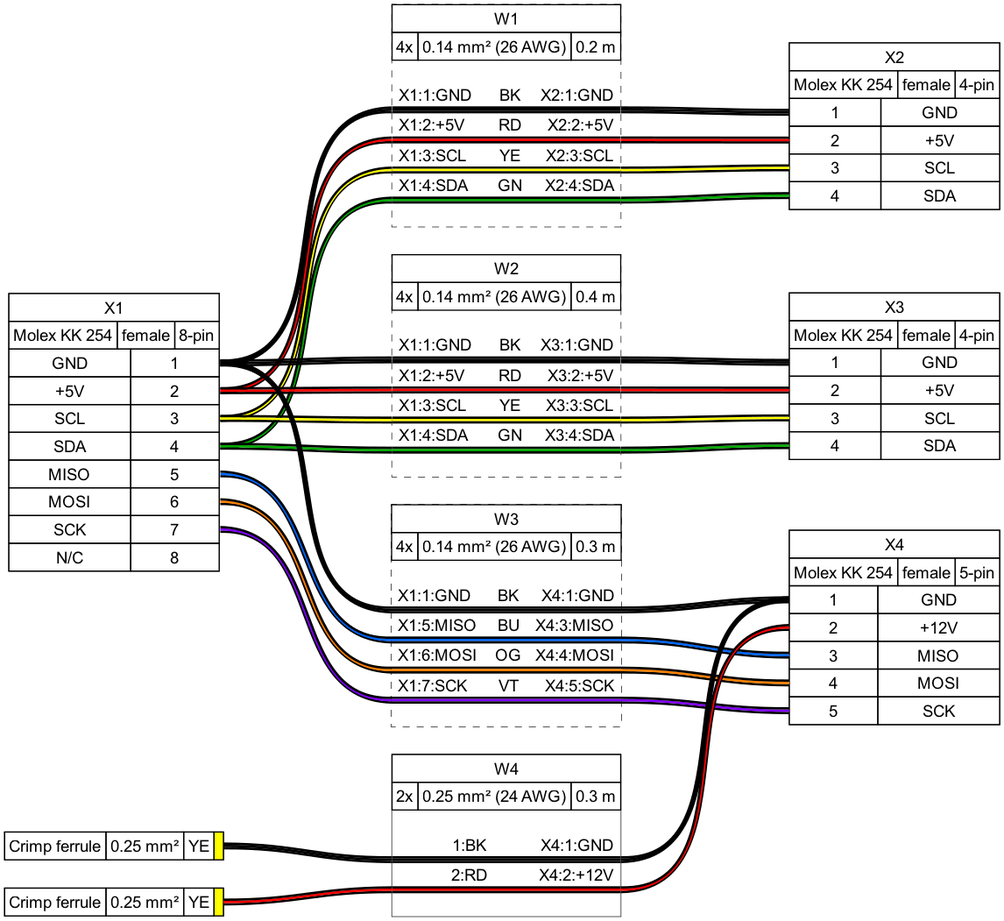
This is examples/demo02.png from tobiasfalk/WireViz, a Graphviz export, as it was before one commit. Its source is kept beside it as examples/demo02.gv.
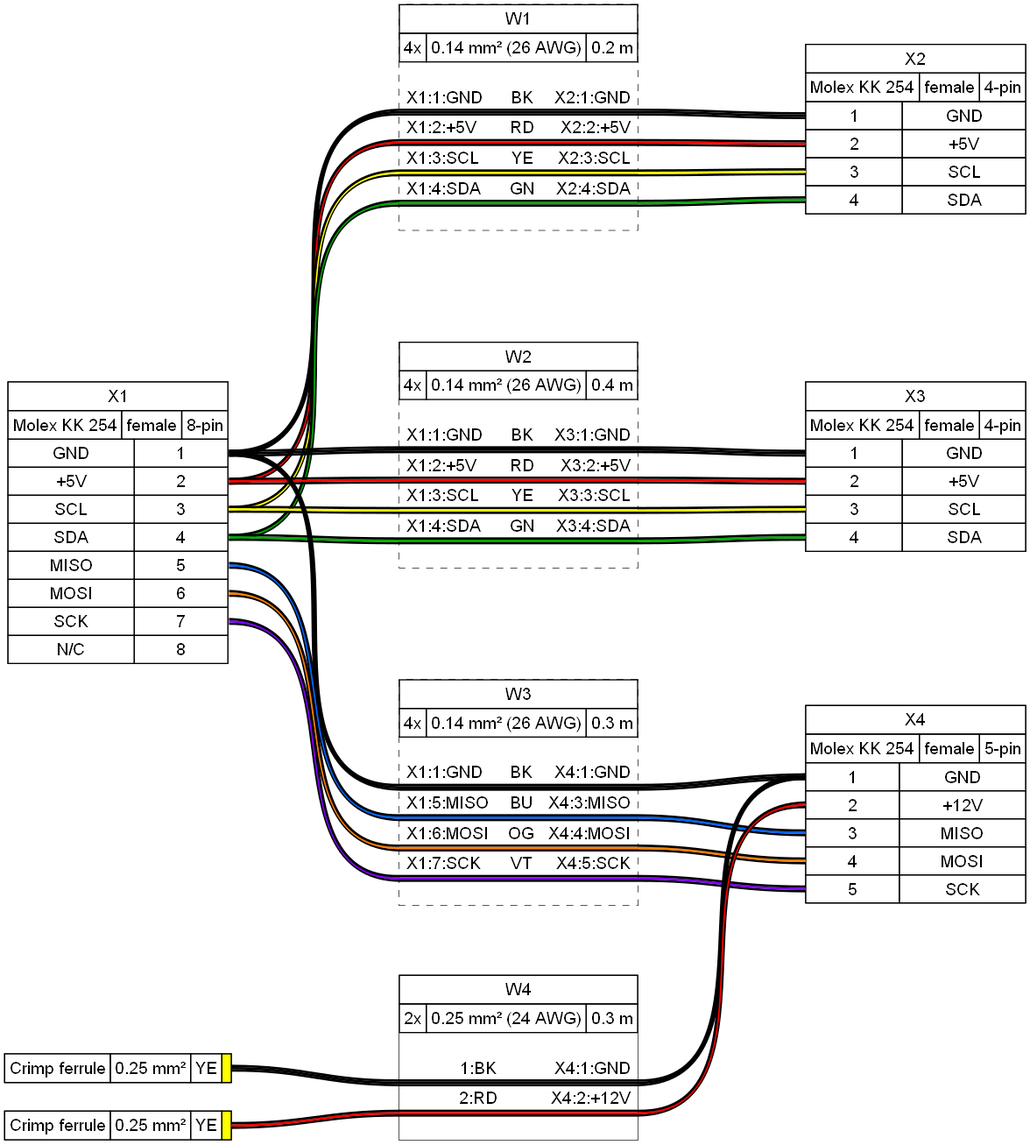
Above is the later version.

Change to the diagram source:
```diff
@@ -275,19 +275,7 @@
      <td align="right">X2:1:GND </td>
     </tr>
     <tr>
-     <td border="0" cellspacing="0" cellpadding="0" colspan="6" height="6" port="w1">
-      <table border="0" cellborder="0" cellspacing="0">
-       <tr>
-        <td bgcolor="#000000" border="0" cellpadding="0" colspan="6" height="2"></td>
-       </tr>
-       <tr>
-        <td bgcolor="#000000" border="0" cellpadding="0" colspan="6" height="2"></td>
-       </tr>
-       <tr>
-        <td bgcolor="#000000" border="0" cellpadding="0" colspan="6" height="2"></td>
-       </tr>
-      </table>
-     </td>
+     <td border="0" cellspacing="0" cellpadding="0" colspan="6" height="6" port="w1"></td>
     </tr>
     <tr>
      <td align="left"> X1:2:+5V</td>
@@ -298,19 +286,7 @@
      <td align="right">X2:2:+5V </td>
     </tr>
     <tr>
-     <td border="0" cellspacing="0" cellpadding="0" colspan="6" height="6" port="w2">
-      <table border="0" cellborder="0" cellspacing="0">
-       <tr>
-        <td bgcolor="#000000" border="0" cellpadding="0" colspan="6" height="2"></td>
-       </tr>
-       <tr>
-        <td bgcolor="#FF0000" border="0" cellpadding="0" colspan="6" height="2"></td>
-       </tr>
-       <tr>
-        <td bgcolor="#000000" border="0" cellpadding="0" colspan="6" height="2"></td>
-       </tr>
-      </table>
-     </td>
+     <td border="0" cellspacing="0" cellpadding="0" colspan="6" height="6" port="w2"></td>
     </tr>
     <tr>
      <td align="left"> X1:3:SCL</td>
@@ -321,19 +297,7 @@
      <td align="right">X2:3:SCL </td>
     </tr>
     <tr>
-     <td border="0" cellspacing="0" cellpadding="0" colspan="6" height="6" port="w3">
-      <table border="0" cellborder="0" cellspacing="0">
-       <tr>
-        <td bgcolor="#000000" border="0" cellpadding="0" colspan="6" height="2"></td>
-       </tr>
-       <tr>
-        <td bgcolor="#FFFF00" border="0" cellpadding="0" colspan="6" height="2"></td>
-       </tr>
-       <tr>
-        <td bgcolor="#000000" border="0" cellpadding="0" colspan="6" height="2"></td>
-       </tr>
-      </table>
-     </td>
+     <td border="0" cellspacing="0" cellpadding="0" colspan="6" height="6" port="w3"></td>
     </tr>
     <tr>
      <td align="left"> X1:4:SDA</td>
@@ -344,19 +308,7 @@
      <td align="right">X2:4:SDA </td>
     </tr>
     <tr>
-     <td border="0" cellspacing="0" cellpadding="0" colspan="6" height="6" port="w4">
-      <table border="0" cellborder="0" cellspacing="0">
-       <tr>
-        <td bgcolor="#000000" border="0" cellpadding="0" colspan="6" height="2"></td>
-       </tr>
-       <tr>
-        <td bgcolor="#00AA00" border="0" cellpadding="0" colspan="6" height="2"></td>
-       </tr>
-       <tr>
-        <td bgcolor="#000000" border="0" cellpadding="0" colspan="6" height="2"></td>
-       </tr>
-      </table>
-     </td>
+     <td border="0" cellspacing="0" cellpadding="0" colspan="6" height="6" port="w4"></td>
     </tr>
     <tr>
      <td>&nbsp;</td>
@@ -378,6 +330,10 @@
 	edge [color="#000000:#00AA00:#000000"]
 	X1:p4r:e -- W1:w4:w
 	W1:w4:e -- X2:p4l:w
+	W1:w1:e -- W1:w1:w [color="#000000:#000000:#000000" straight=straight]
+	W1:w2:e -- W1:w2:w [color="#000000:#FF0000:#000000" straight=straight]
+	W1:w3:e -- W1:w3:w [color="#000000:#FFFF00:#000000" straight=straight]
+	W1:w4:e -- W1:w4:w [color="#000000:#00AA00:#000000" straight=straight]
 	W2 [label=<
 <table border="0" cellspacing="0" cellpadding="0" bgcolor="#FFFFFF">
  <tr>
@@ -415,19 +371,7 @@
      <td align="right">X3:1:GND </td>
     </tr>
     <tr>
-     <td border="0" cellspacing="0" cellpadding="0" colspan="6" height="6" port="w1">
-      <table border="0" cellborder="0" cellspacing="0">
-       <tr>
-        <td bgcolor="#000000" border="0" cellpadding="0" colspan="6" height="2"></td>
-       </tr>
-       <tr>
-        <td bgcolor="#000000" border="0" cellpadding="0" colspan="6" height="2"></td>
-       </tr>
-       <tr>
-        <td bgcolor="#000000" border="0" cellpadding="0" colspan="6" height="2"></td>
-       </tr>
-      </table>
-     </td>
+     <td border="0" cellspacing="0" cellpadding="0" colspan="6" height="6" port="w1"></td>
     </tr>
     <tr>
      <td align="left"> X1:2:+5V</td>
@@ -438,19 +382,7 @@
      <td align="right">X3:2:+5V </td>
     </tr>
     <tr>
-     <td border="0" cellspacing="0" cellpadding="0" colspan="6" height="6" port="w2">
-      <table border="0" cellborder="0" cellspacing="0">
-       <tr>
-        <td bgcolor="#000000" border="0" cellpadding="0" colspan="6" height="2"></td>
-       </tr>
-       <tr>
-        <td bgcolor="#FF0000" border="0" cellpadding="0" colspan="6" height="2"></td>
-       </tr>
-       <tr>
-        <td bgcolor="#000000" border="0" cellpadding="0" colspan="6" height="2"></td>
-       </tr>
-      </table>
-     </td>
+     <td border="0" cellspacing="0" cellpadding="0" colspan="6" height="6" port="w2"></td>
     </tr>
     <tr>
      <td align="left"> X1:3:SCL</td>
@@ -461,19 +393,7 @@
      <td align="right">X3:3:SCL </td>
     </tr>
     <tr>
-     <td border="0" cellspacing="0" cellpadding="0" colspan="6" height="6" port="w3">
-      <table border="0" cellborder="0" cellspacing="0">
-       <tr>
-        <td bgcolor="#000000" border="0" cellpadding="0" colspan="6" height="2"></td>
-       </tr>
-       <tr>
-        <td bgcolor="#FFFF00" border="0" cellpadding="0" colspan="6" height="2"></td>
-       </tr>
-       <tr>
-        <td bgcolor="#000000" border="0" cellpadding="0" colspan="6" height="2"></td>
-       </tr>
-      </table>
-     </td>
+     <td border="0" cellspacing="0" cellpadding="0" colspan="6" height="6" port="w3"></td>
     </tr>
     <tr>
      <td align="left"> X1:4:SDA</td>
@@ -484,19 +404,7 @@
      <td align="right">X3:4:SDA </td>
     </tr>
     <tr>
-     <td border="0" cellspacing="0" cellpadding="0" colspan="6" height="6" port="w4">
-      <table border="0" cellborder="0" cellspacing="0">
-       <tr>
-        <td bgcolor="#000000" border="0" cellpadding="0" colspan="6" height="2"></td>
-       </tr>
-       <tr>
-        <td bgcolor="#00AA00" border="0" cellpadding="0" colspan="6" height="2"></td>
-       </tr>
-       <tr>
-        <td bgcolor="#000000" border="0" cellpadding="0" colspan="6" height="2"></td>
-       </tr>
-      </table>
-     </td>
+     <td border="0" cellspacing="0" cellpadding="0" colspan="6" height="6" port="w4"></td>
     </tr>
     <tr>
      <td>&nbsp;</td>
@@ -518,6 +426,10 @@
 	edge [color="#000000:#00AA00:#000000"]
 	X1:p4r:e -- W2:w4:w
 	W2:w4:e -- X3:p4l:w
+	W2:w1:e -- W2:w1:w [color="#000000:#000000:#000000" straight=straight]
+	W2:w2:e -- W2:w2:w [color="#000000:#FF0000:#000000" straight=straight]
+	W2:w3:e -- W2:w3:w [color="#000000:#FFFF00:#000000" straight=straight]
+	W2:w4:e -- W2:w4:w [color="#000000:#00AA00:#000000" straight=straight]
 	W3 [label=<
 <table border="0" cellspacing="0" cellpadding="0" bgcolor="#FFFFFF">
  <tr>
@@ -555,19 +467,7 @@
      <td align="right">X4:1:GND </td>
     </tr>
     <tr>
-     <td border="0" cellspacing="0" cellpadding="0" colspan="6" height="6" port="w1">
-      <table border="0" cellborder="0" cellspacing="0">
-       <tr>
-        <td bgcolor="#000000" border="0" cellpadding="0" colspan="6" height="2"></td>
-       </tr>
-       <tr>
-        <td bgcolor="#000000" border="0" cellpadding="0" colspan="6" height="2"></td>
-       </tr>
-       <tr>
-        <td bgcolor="#000000" border="0" cellpadding="0" colspan="6" height="2"></td>
-       </tr>
-      </table>
-     </td>
+     <td border="0" cellspacing="0" cellpadding="0" colspan="6" height="6" port="w1"></td>
     </tr>
     <tr>
      <td align="left"> X1:5:MISO</td>
@@ -578,19 +478,7 @@
      <td align="right">X4:3:MISO </td>
     </tr>
     <tr>
-     <td border="0" cellspacing="0" cellpadding="0" colspan="6" height="6" port="w2">
-      <table border="0" cellborder="0" cellspacing="0">
-       <tr>
-        <td bgcolor="#000000" border="0" cellpadding="0" colspan="6" height="2"></td>
-       </tr>
-       <tr>
-        <td bgcolor="#0066FF" border="0" cellpadding="0" colspan="6" height="2"></td>
-       </tr>
-       <tr>
-        <td bgcolor="#000000" border="0" cellpadding="0" colspan="6" height="2"></td>
-       </tr>
-      </table>
-     </td>
+     <td border="0" cellspacing="0" cellpadding="0" colspan="6" height="6" port="w2"></td>
     </tr>
     <tr>
      <td align="left"> X1:6:MOSI</td>
@@ -601,19 +489,7 @@
      <td align="right">X4:4:MOSI </td>
     </tr>
     <tr>
-     <td border="0" cellspacing="0" cellpadding="0" colspan="6" height="6" port="w3">
-      <table border="0" cellborder="0" cellspacing="0">
-       <tr>
-        <td bgcolor="#000000" border="0" cellpadding="0" colspan="6" height="2"></td>
-       </tr>
-       <tr>
-        <td bgcolor="#FF8000" border="0" cellpadding="0" colspan="6" height="2"></td>
-       </tr>
-       <tr>
-        <td bgcolor="#000000" border="0" cellpadding="0" colspan="6" height="2"></td>
-       </tr>
-      </table>
-     </td>
+     <td border="0" cellspacing="0" cellpadding="0" colspan="6" height="6" port="w3"></td>
     </tr>
     <tr>
      <td align="left"> X1:7:SCK</td>
@@ -624,19 +500,7 @@
      <td align="right">X4:5:SCK </td>
     </tr>
     <tr>
-     <td border="0" cellspacing="0" cellpadding="0" colspan="6" height="6" port="w4">
-      <table border="0" cellborder="0" cellspacing="0">
-       <tr>
-        <td bgcolor="#000000" border="0" cellpadding="0" colspan="6" height="2"></td>
-       </tr>
-       <tr>
-        <td bgcolor="#8000FF" border="0" cellpadding="0" colspan="6" height="2"></td>
-       </tr>
-       <tr>
-        <td bgcolor="#000000" border="0" cellpadding="0" colspan="6" height="2"></td>
-       </tr>
-      </table>
-     </td>
+     <td border="0" cellspacing="0" cellpadding="0" colspan="6" height="6" port="w4"></td>
     </tr>
     <tr>
      <td>&nbsp;</td>
@@ -658,6 +522,10 @@
 	edge [color="#000000:#8000FF:#000000"]
 	X1:p7r:e -- W3:w4:w
 	W3:w4:e -- X4:p5l:w
+	W3:w1:e -- W3:w1:w [color="#000000:#000000:#000000" straight=straight]
+	W3:w2:e -- W3:w2:w [color="#000000:#0066FF:#000000" straight=straight]
+	W3:w3:e -- W3:w3:w [color="#000000:#FF8000:#000000" straight=straight]
+	W3:w4:e -- W3:w4:w [color="#000000:#8000FF:#000000" straight=straight]
 	W4 [label=<
 <table border="0" cellspacing="0" cellpadding="0" bgcolor="#FFFFFF">
  <tr>
@@ -694,19 +562,7 @@
      <td align="right">X4:1:GND </td>
     </tr>
     <tr>
-     <td border="0" cellspacing="0" cellpadding="0" colspan="5" height="6" port="w1">
-      <table border="0" cellborder="0" cellspacing="0">
-       <tr>
-        <td bgcolor="#000000" border="0" cellpadding="0" colspan="5" height="2"></td>
-       </tr>
-       <tr>
-        <td bgcolor="#000000" border="0" cellpadding="0" colspan="5" height="2"></td>
-       </tr>
-       <tr>
-        <td bgcolor="#000000" border="0" cellpadding="0" colspan="5" height="2"></td>
-       </tr>
-      </table>
-     </td>
+     <td border="0" cellspacing="0" cellpadding="0" colspan="5" height="6" port="w1"></td>
     </tr>
     <tr>
      <td align="left"> </td>
@@ -716,19 +572,7 @@
      <td align="right">X4:2:+12V </td>
     </tr>
     <tr>
-     <td border="0" cellspacing="0" cellpadding="0" colspan="5" height="6" port="w2">
-      <table border="0" cellborder="0" cellspacing="0">
-       <tr>
-        <td bgcolor="#000000" border="0" cellpadding="0" colspan="5" height="2"></td>
-       </tr>
-       <tr>
-        <td bgcolor="#FF0000" border="0" cellpadding="0" colspan="5" height="2"></td>
-       </tr>
-       <tr>
-        <td bgcolor="#000000" border="0" cellpadding="0" colspan="5" height="2"></td>
-       </tr>
-      </table>
-     </td>
+     <td border="0" cellspacing="0" cellpadding="0" colspan="5" height="6" port="w2"></td>
     </tr>
     <tr>
      <td>&nbsp;</td>
@@ -744,4 +588,6 @@
 	edge [color="#000000:#FF0000:#000000"]
 	AUTOGENERATED_F_2:e -- W4:w2:w
 	W4:w2:e -- X4:p2l:w
+	W4:w1:e -- W4:w1:w [color="#000000:#000000:#000000" straight=straight]
+	W4:w2:e -- W4:w2:w [color="#000000:#FF0000:#000000" straight=straight]
 }
```
